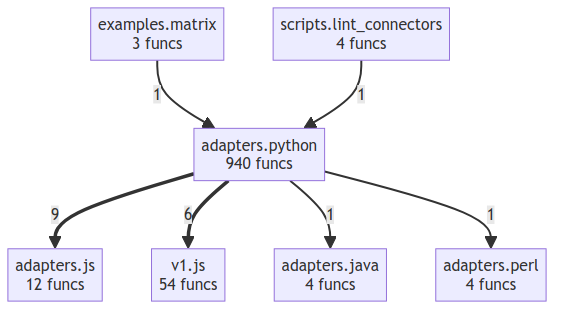
tellmesh/urihandler keeps this Mermaid diagram as project/compact_flow.png. Above is the earlier version. Its source is kept beside it as project/compact_flow.mmd.
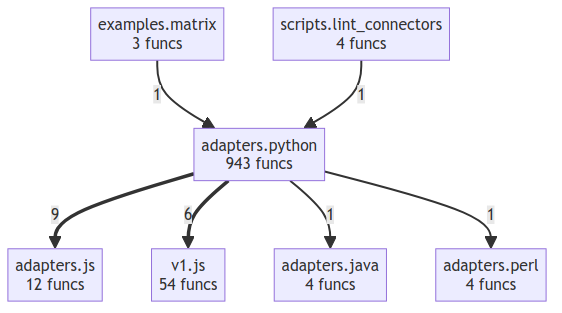
Above is the later version.

The edit, as a diff of the source:
```diff
@@ -2,7 +2,7 @@
     adapters__java["adapters.java<br/>4 funcs"]
     adapters__js["adapters.js<br/>12 funcs"]
     adapters__perl["adapters.perl<br/>4 funcs"]
-    adapters__python["adapters.python<br/>940 funcs"]
+    adapters__python["adapters.python<br/>943 funcs"]
     examples__matrix["examples.matrix<br/>3 funcs"]
     scripts__lint_connectors["scripts.lint_connectors<br/>4 funcs"]
     v1__js["v1.js<br/>54 funcs"]
```
